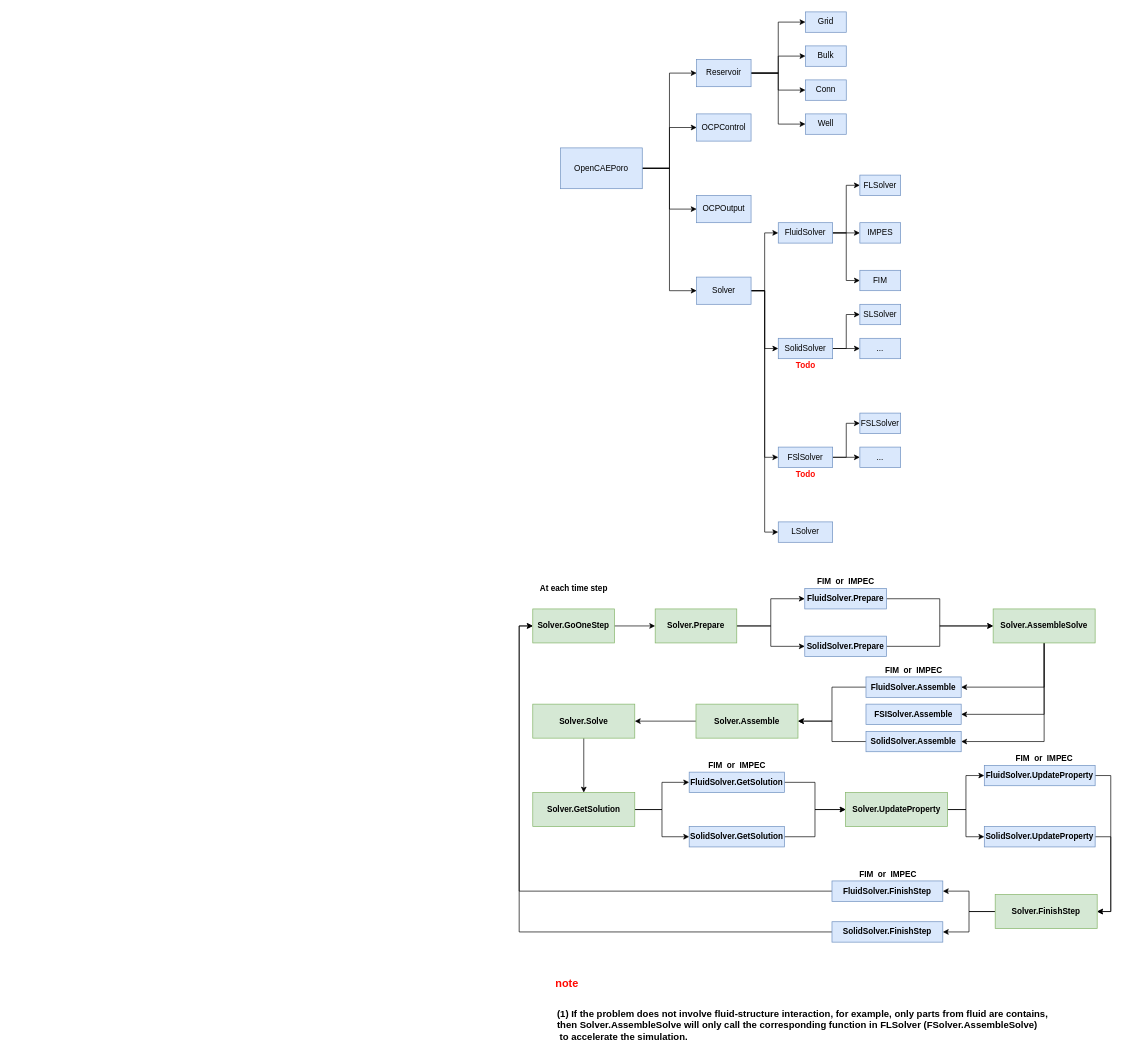
Above: manual/topclass.drawio in OpenCAEPlus/OpenCAEPoro (draw.io), before the change. Source tidied: cells renumbered, new cells numbered last; positions are measured from the earlier drawing's top-left corner, leaving out a move shared by most shapes. Both pictures are drawn from the tidied source at 68%, with x=0, y=0 at pixel (532, 12).
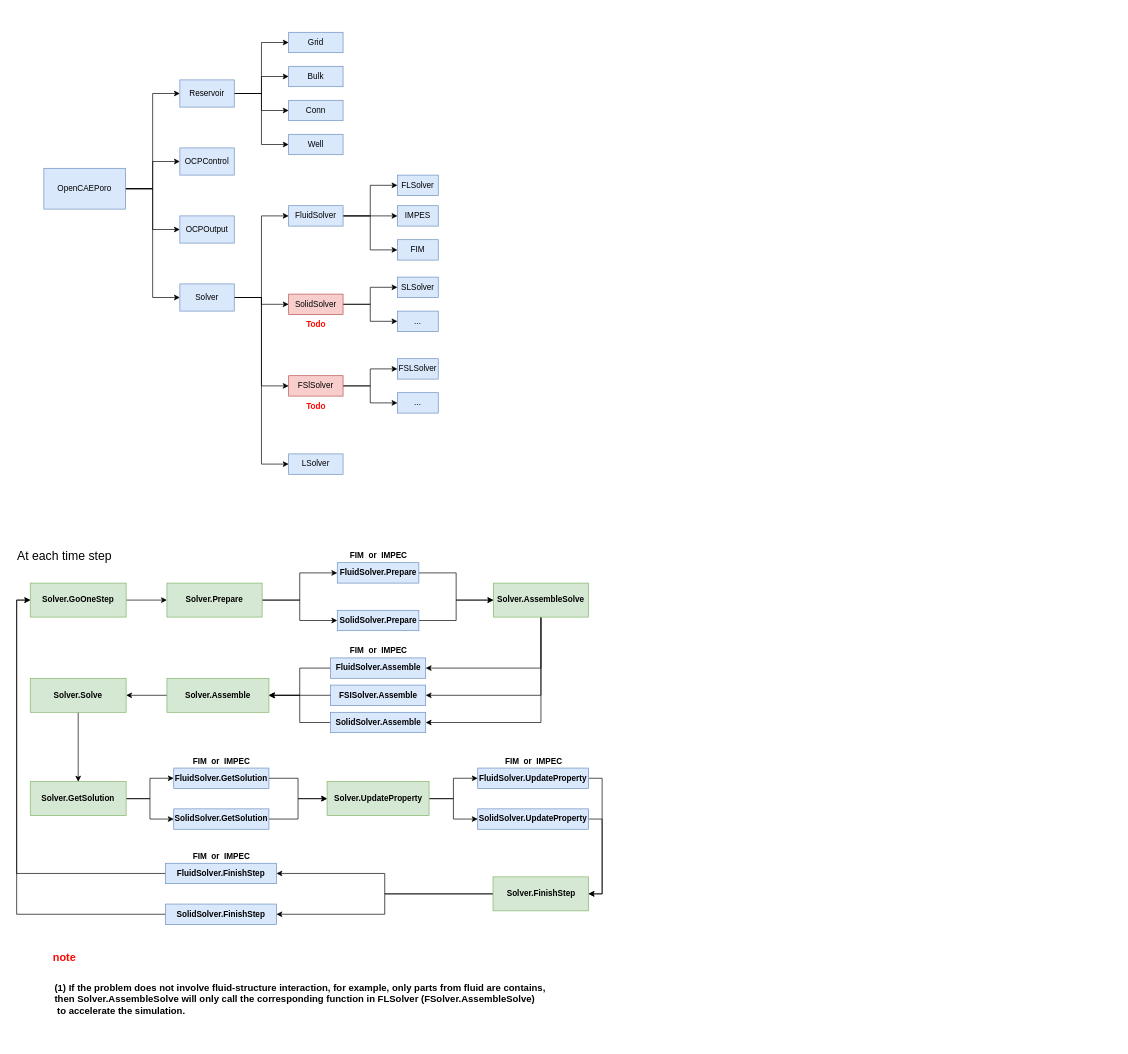
After the change.

Commit message (it also covers changes not shown here):
Revise design drawio

Change to the diagram source:
```diff
@@
     <mxCell id="6" value="OpenCAEPoro" style="rounded=0;whiteSpace=wrap;html=1;fillColor=#dae8fc;strokeColor=#6c8ebf;" parent="1" vertex="1">
-      <mxGeometry x="41" y="200" width="120" height="60" as="geometry" />
+      <mxGeometry x="-719" y="230" width="120" height="60" as="geometry" />
     </mxCell>
@@
     <mxCell id="11" value="Reservoir" style="rounded=0;whiteSpace=wrap;html=1;fillColor=#dae8fc;strokeColor=#6c8ebf;" parent="1" vertex="1">
-      <mxGeometry x="241" y="70" width="80" height="40" as="geometry" />
+      <mxGeometry x="-519" y="100" width="80" height="40" as="geometry" />
     </mxCell>
     <mxCell id="12" value="OCPControl" style="rounded=0;whiteSpace=wrap;html=1;fillColor=#dae8fc;strokeColor=#6c8ebf;" parent="1" vertex="1">
-      <mxGeometry x="241" y="150" width="80" height="40" as="geometry" />
+      <mxGeometry x="-519" y="200" width="80" height="40" as="geometry" />
     </mxCell>
     <mxCell id="13" value="OCPOutput" style="rounded=0;whiteSpace=wrap;html=1;fillColor=#dae8fc;strokeColor=#6c8ebf;" parent="1" vertex="1">
-      <mxGeometry x="241" y="270" width="80" height="40" as="geometry" />
+      <mxGeometry x="-519" y="300" width="80" height="40" as="geometry" />
     </mxCell>
@@
     <mxCell id="18" value="Solver" style="rounded=0;whiteSpace=wrap;html=1;fillColor=#dae8fc;strokeColor=#6c8ebf;" parent="1" vertex="1">
-      <mxGeometry x="241" y="390" width="80" height="40" as="geometry" />
+      <mxGeometry x="-519" y="400" width="80" height="40" as="geometry" />
     </mxCell>
     <mxCell id="19" value="Grid" style="rounded=0;whiteSpace=wrap;html=1;fillColor=#dae8fc;strokeColor=#6c8ebf;" parent="1" vertex="1">
-      <mxGeometry x="401" width="60" height="30" as="geometry" />
+      <mxGeometry x="-359" y="30" width="80" height="30" as="geometry" />
     </mxCell>
     <mxCell id="20" value="Bulk" style="rounded=0;whiteSpace=wrap;html=1;fillColor=#dae8fc;strokeColor=#6c8ebf;" parent="1" vertex="1">
-      <mxGeometry x="401" y="50" width="60" height="30" as="geometry" />
+      <mxGeometry x="-359" y="80" width="80" height="30" as="geometry" />
     </mxCell>
     <mxCell id="21" value="Well" style="rounded=0;whiteSpace=wrap;html=1;fillColor=#dae8fc;strokeColor=#6c8ebf;" parent="1" vertex="1">
-      <mxGeometry x="401" y="150" width="60" height="30" as="geometry" />
+      <mxGeometry x="-359" y="180" width="80" height="30" as="geometry" />
     </mxCell>
     <mxCell id="22" value="Conn" style="rounded=0;whiteSpace=wrap;html=1;fillColor=#dae8fc;strokeColor=#6c8ebf;" parent="1" vertex="1">
-      <mxGeometry x="401" y="100" width="60" height="30" as="geometry" />
+      <mxGeometry x="-359" y="130" width="80" height="30" as="geometry" />
     </mxCell>
@@
     <mxCell id="26" value="FluidSolver" style="rounded=0;whiteSpace=wrap;html=1;fillColor=#dae8fc;strokeColor=#6c8ebf;" parent="1" vertex="1">
-      <mxGeometry x="361" y="310" width="80" height="30" as="geometry" />
+      <mxGeometry x="-359" y="285" width="80" height="30" as="geometry" />
     </mxCell>
@@
-    <mxCell id="29" value="SolidSolver" style="rounded=0;whiteSpace=wrap;html=1;fillColor=#dae8fc;strokeColor=#6c8ebf;" parent="1" vertex="1">
-      <mxGeometry x="361" y="480" width="80" height="30" as="geometry" />
+    <mxCell id="29" value="SolidSolver" style="rounded=0;whiteSpace=wrap;html=1;fillColor=#f8cecc;strokeColor=#b85450;" parent="1" vertex="1">
+      <mxGeometry x="-359" y="415" width="80" height="30" as="geometry" />
     </mxCell>
     <mxCell id="30" value="FLSolver" style="rounded=0;whiteSpace=wrap;html=1;fillColor=#dae8fc;strokeColor=#6c8ebf;" parent="1" vertex="1">
-      <mxGeometry x="481" y="240" width="60" height="30" as="geometry" />
+      <mxGeometry x="-199" y="240" width="60" height="30" as="geometry" />
     </mxCell>
     <mxCell id="31" value="IMPES" style="rounded=0;whiteSpace=wrap;html=1;fillColor=#dae8fc;strokeColor=#6c8ebf;" parent="1" vertex="1">
-      <mxGeometry x="481" y="310" width="60" height="30" as="geometry" />
+      <mxGeometry x="-199" y="285" width="60" height="30" as="geometry" />
     </mxCell>
     <mxCell id="32" value="FIM" style="rounded=0;whiteSpace=wrap;html=1;fillColor=#dae8fc;strokeColor=#6c8ebf;" parent="1" vertex="1">
-      <mxGeometry x="481" y="380" width="60" height="30" as="geometry" />
+      <mxGeometry x="-199" y="335" width="60" height="30" as="geometry" />
     </mxCell>
     <mxCell id="33" value="SLSolver" style="rounded=0;whiteSpace=wrap;html=1;fillColor=#dae8fc;strokeColor=#6c8ebf;" parent="1" vertex="1">
-      <mxGeometry x="481" y="430" width="60" height="30" as="geometry" />
+      <mxGeometry x="-199" y="390" width="60" height="30" as="geometry" />
     </mxCell>
     <mxCell id="34" value="..." style="rounded=0;whiteSpace=wrap;html=1;fillColor=#dae8fc;strokeColor=#6c8ebf;" parent="1" vertex="1">
-      <mxGeometry x="481" y="480" width="60" height="30" as="geometry" />
+      <mxGeometry x="-199" y="440" width="60" height="30" as="geometry" />
     </mxCell>
@@
-    <mxCell id="37" value="FSlSolver" style="rounded=0;whiteSpace=wrap;html=1;fillColor=#dae8fc;strokeColor=#6c8ebf;" parent="1" vertex="1">
-      <mxGeometry x="361" y="640" width="80" height="30" as="geometry" />
+    <mxCell id="37" value="FSlSolver" style="rounded=0;whiteSpace=wrap;html=1;fillColor=#f8cecc;strokeColor=#b85450;" parent="1" vertex="1">
+      <mxGeometry x="-359" y="535" width="80" height="30" as="geometry" />
     </mxCell>
     <mxCell id="38" value="FSLSolver" style="rounded=0;whiteSpace=wrap;html=1;fillColor=#dae8fc;strokeColor=#6c8ebf;" parent="1" vertex="1">
-      <mxGeometry x="481" y="590" width="60" height="30" as="geometry" />
+      <mxGeometry x="-199" y="510" width="60" height="30" as="geometry" />
     </mxCell>
     <mxCell id="39" value="..." style="rounded=0;whiteSpace=wrap;html=1;fillColor=#dae8fc;strokeColor=#6c8ebf;" parent="1" vertex="1">
-      <mxGeometry x="481" y="640" width="60" height="30" as="geometry" />
+      <mxGeometry x="-199" y="560" width="60" height="30" as="geometry" />
     </mxCell>
     <mxCell id="40" value="LSolver" style="rounded=0;whiteSpace=wrap;html=1;fillColor=#dae8fc;strokeColor=#6c8ebf;" parent="1" vertex="1">
-      <mxGeometry x="361" y="750" width="80" height="30" as="geometry" />
+      <mxGeometry x="-359" y="650" width="80" height="30" as="geometry" />
     </mxCell>
     <mxCell id="41" value="&lt;b&gt;&lt;font color=&quot;#ff0800&quot;&gt;Todo&lt;/font&gt;&lt;/b&gt;" style="text;html=1;align=center;verticalAlign=middle;strokeColor=none;fillColor=none;" parent="1" vertex="1">
-      <mxGeometry x="381" y="510" width="40" height="20" as="geometry" />
+      <mxGeometry x="-339" y="450" width="40" height="20" as="geometry" />
     </mxCell>
     <mxCell id="42" value="&lt;b&gt;&lt;font color=&quot;#ff0800&quot;&gt;Todo&lt;/font&gt;&lt;/b&gt;" style="text;html=1;align=center;verticalAlign=middle;strokeColor=none;fillColor=none;" parent="1" vertex="1">
-      <mxGeometry x="381" y="670" width="40" height="20" as="geometry" />
+      <mxGeometry x="-339" y="570" width="40" height="20" as="geometry" />
     </mxCell>
-    <mxCell id="43" value="&lt;b&gt;At each time step&lt;/b&gt;" style="text;html=1;align=center;verticalAlign=middle;strokeColor=none;fillColor=none;" parent="1" vertex="1">
-      <mxGeometry x="5" y="838" width="110" height="20" as="geometry" />
+    <mxCell id="43" value="&lt;font style=&quot;font-size: 18px&quot;&gt;At each time step&lt;/font&gt;" style="text;html=1;align=center;verticalAlign=middle;strokeColor=none;fillColor=none;" parent="1" vertex="1">
+      <mxGeometry x="-764" y="790" width="150" height="20" as="geometry" />
     </mxCell>
@@
     <mxCell id="45" value="&lt;b&gt;Solver.GoOneStep&lt;/b&gt;" style="rounded=0;whiteSpace=wrap;html=1;fillColor=#d5e8d4;strokeColor=#82b366;" parent="1" vertex="1">
-      <mxGeometry y="878" width="120" height="50" as="geometry" />
+      <mxGeometry x="-739" y="840" width="141" height="50" as="geometry" />
     </mxCell>
@@
     <mxCell id="48" value="&lt;b&gt;Solver.Prepare&lt;/b&gt;" style="rounded=0;whiteSpace=wrap;html=1;fillColor=#d5e8d4;strokeColor=#82b366;" parent="1" vertex="1">
-      <mxGeometry x="180" y="878" width="120" height="50" as="geometry" />
+      <mxGeometry x="-538" y="840" width="140" height="50" as="geometry" />
     </mxCell>
@@
     <mxCell id="50" value="&lt;b&gt;FluidSolver.Prepare&lt;/b&gt;" style="rounded=0;whiteSpace=wrap;html=1;fillColor=#dae8fc;strokeColor=#6c8ebf;" parent="1" vertex="1">
-      <mxGeometry x="400" y="848" width="120" height="30" as="geometry" />
+      <mxGeometry x="-287.5" y="810" width="120" height="30" as="geometry" />
     </mxCell>
@@
     <mxCell id="52" value="&lt;b&gt;SolidSolver.Prepare&lt;/b&gt;" style="rounded=0;whiteSpace=wrap;html=1;fillColor=#dae8fc;strokeColor=#6c8ebf;" parent="1" vertex="1">
-      <mxGeometry x="400" y="918" width="120" height="30" as="geometry" />
+      <mxGeometry x="-287.5" y="880" width="120" height="30" as="geometry" />
     </mxCell>
@@
     <mxCell id="56" value="&lt;b&gt;Solver.AssembleSolve&lt;/b&gt;" style="rounded=0;whiteSpace=wrap;html=1;fillColor=#d5e8d4;strokeColor=#82b366;" parent="1" vertex="1">
-      <mxGeometry x="677" y="878" width="150" height="50" as="geometry" />
+      <mxGeometry x="-58" y="840" width="140" height="50" as="geometry" />
     </mxCell>
@@
     <mxCell id="58" value="&lt;b&gt;FluidSolver.Assemble&lt;/b&gt;" style="rounded=0;whiteSpace=wrap;html=1;fillColor=#dae8fc;strokeColor=#6c8ebf;" parent="1" vertex="1">
-      <mxGeometry x="490" y="978" width="140" height="30" as="geometry" />
+      <mxGeometry x="-297.5" y="950" width="140" height="30" as="geometry" />
     </mxCell>
@@
     <mxCell id="60" value="&lt;b&gt;SolidSolver.Assemble&lt;/b&gt;" style="rounded=0;whiteSpace=wrap;html=1;fillColor=#dae8fc;strokeColor=#6c8ebf;" parent="1" vertex="1">
-      <mxGeometry x="490" y="1058" width="140" height="30" as="geometry" />
+      <mxGeometry x="-297.5" y="1030" width="140" height="30" as="geometry" />
     </mxCell>
@@
     <mxCell id="62" value="&lt;b&gt;Solver.Assemble&lt;/b&gt;" style="rounded=0;whiteSpace=wrap;html=1;fillColor=#d5e8d4;strokeColor=#82b366;" parent="1" vertex="1">
-      <mxGeometry x="240" y="1018" width="150" height="50" as="geometry" />
+      <mxGeometry x="-538" y="980" width="150" height="50" as="geometry" />
     </mxCell>
@@
     <mxCell id="64" value="&lt;b&gt;Solver.Solve&lt;/b&gt;" style="rounded=0;whiteSpace=wrap;html=1;fillColor=#d5e8d4;strokeColor=#82b366;" parent="1" vertex="1">
-      <mxGeometry y="1018" width="150" height="50" as="geometry" />
+      <mxGeometry x="-739" y="980" width="141" height="50" as="geometry" />
     </mxCell>
@@
     <mxCell id="67" value="&lt;b&gt;Solver.GetSolution&lt;/b&gt;" style="rounded=0;whiteSpace=wrap;html=1;fillColor=#d5e8d4;strokeColor=#82b366;" parent="1" vertex="1">
-      <mxGeometry y="1148" width="150" height="50" as="geometry" />
+      <mxGeometry x="-739" y="1132" width="141" height="50" as="geometry" />
     </mxCell>
     <mxCell id="68" value="&lt;b&gt;FIM&amp;nbsp; or&amp;nbsp; IMPEC&lt;/b&gt;" style="text;html=1;align=center;verticalAlign=middle;strokeColor=none;fillColor=none;" parent="1" vertex="1">
-      <mxGeometry x="410" y="828" width="100" height="20" as="geometry" />
+      <mxGeometry x="-277.5" y="790" width="100" height="20" as="geometry" />
     </mxCell>
     <mxCell id="69" value="&lt;b&gt;FIM&amp;nbsp; or&amp;nbsp; IMPEC&lt;/b&gt;" style="text;html=1;align=center;verticalAlign=middle;strokeColor=none;fillColor=none;" parent="1" vertex="1">
-      <mxGeometry x="510" y="958" width="100" height="20" as="geometry" />
+      <mxGeometry x="-277.5" y="930" width="100" height="20" as="geometry" />
     </mxCell>
@@
     <mxCell id="71" value="&lt;b&gt;FluidSolver.GetSolution&lt;/b&gt;" style="rounded=0;whiteSpace=wrap;html=1;fillColor=#dae8fc;strokeColor=#6c8ebf;" parent="1" vertex="1">
-      <mxGeometry x="230" y="1118" width="140" height="30" as="geometry" />
+      <mxGeometry x="-528" y="1112" width="140" height="30" as="geometry" />
     </mxCell>
@@
     <mxCell id="73" value="&lt;b&gt;SolidSolver.GetSolution&lt;/b&gt;" style="rounded=0;whiteSpace=wrap;html=1;fillColor=#dae8fc;strokeColor=#6c8ebf;" parent="1" vertex="1">
-      <mxGeometry x="230" y="1198" width="140" height="30" as="geometry" />
+      <mxGeometry x="-528" y="1172" width="140" height="30" as="geometry" />
     </mxCell>
     <mxCell id="74" value="&lt;b&gt;FIM&amp;nbsp; or&amp;nbsp; IMPEC&lt;/b&gt;" style="text;html=1;align=center;verticalAlign=middle;strokeColor=none;fillColor=none;" parent="1" vertex="1">
-      <mxGeometry x="250" y="1098" width="100" height="20" as="geometry" />
+      <mxGeometry x="-508" y="1092" width="100" height="20" as="geometry" />
     </mxCell>
@@
     <mxCell id="77" value="&lt;b&gt;Solver.UpdateProperty&lt;/b&gt;" style="rounded=0;whiteSpace=wrap;html=1;fillColor=#d5e8d4;strokeColor=#82b366;" parent="1" vertex="1">
-      <mxGeometry x="460" y="1148" width="150" height="50" as="geometry" />
+      <mxGeometry x="-302.5" y="1132" width="150" height="50" as="geometry" />
     </mxCell>
@@
     <mxCell id="79" value="&lt;b&gt;FluidSolver.UpdateProperty&lt;/b&gt;" style="rounded=0;whiteSpace=wrap;html=1;fillColor=#dae8fc;strokeColor=#6c8ebf;" parent="1" vertex="1">
-      <mxGeometry x="664" y="1108" width="163" height="30" as="geometry" />
+      <mxGeometry x="-81" y="1112" width="163" height="30" as="geometry" />
     </mxCell>
@@
     <mxCell id="81" value="&lt;b&gt;SolidSolver.UpdateProperty&lt;/b&gt;" style="rounded=0;whiteSpace=wrap;html=1;fillColor=#dae8fc;strokeColor=#6c8ebf;" parent="1" vertex="1">
-      <mxGeometry x="664" y="1198" width="163" height="30" as="geometry" />
+      <mxGeometry x="-81" y="1172" width="163" height="30" as="geometry" />
     </mxCell>
     <mxCell id="82" value="&lt;b&gt;FIM&amp;nbsp; or&amp;nbsp; IMPEC&lt;/b&gt;" style="text;html=1;align=center;verticalAlign=middle;strokeColor=none;fillColor=none;" parent="1" vertex="1">
-      <mxGeometry x="702" y="1088" width="100" height="20" as="geometry" />
+      <mxGeometry x="-49.5" y="1092" width="100" height="20" as="geometry" />
     </mxCell>
@@
     <mxCell id="85" value="&lt;b&gt;Solver.FinishStep&lt;/b&gt;" style="rounded=0;whiteSpace=wrap;html=1;fillColor=#d5e8d4;strokeColor=#82b366;" parent="1" vertex="1">
-      <mxGeometry x="680" y="1298" width="150" height="50" as="geometry" />
+      <mxGeometry x="-58.5" y="1272" width="140.5" height="50" as="geometry" />
     </mxCell>
@@
     <mxCell id="87" value="&lt;b&gt;FluidSolver.FinishStep&lt;/b&gt;" style="rounded=0;whiteSpace=wrap;html=1;fillColor=#dae8fc;strokeColor=#6c8ebf;" parent="1" vertex="1">
-      <mxGeometry x="440" y="1278" width="163" height="30" as="geometry" />
+      <mxGeometry x="-540" y="1252" width="163" height="30" as="geometry" />
     </mxCell>
@@
     <mxCell id="89" value="&lt;b&gt;SolidSolver.FinishStep&lt;/b&gt;" style="rounded=0;whiteSpace=wrap;html=1;fillColor=#dae8fc;strokeColor=#6c8ebf;" parent="1" vertex="1">
-      <mxGeometry x="440" y="1338" width="163" height="30" as="geometry" />
+      <mxGeometry x="-540" y="1312" width="163" height="30" as="geometry" />
     </mxCell>
     <mxCell id="90" value="&lt;b&gt;FIM&amp;nbsp; or&amp;nbsp; IMPEC&lt;/b&gt;" style="text;html=1;align=center;verticalAlign=middle;strokeColor=none;fillColor=none;" parent="1" vertex="1">
-      <mxGeometry x="471.5" y="1258" width="100" height="20" as="geometry" />
+      <mxGeometry x="-508.5" y="1232" width="100" height="20" as="geometry" />
     </mxCell>
     <mxCell id="91" value="&lt;b&gt;&lt;font color=&quot;#ff0800&quot; style=&quot;font-size: 16px&quot;&gt;note&lt;/font&gt;&lt;/b&gt;" style="text;html=1;align=center;verticalAlign=middle;strokeColor=none;fillColor=none;" parent="1" vertex="1">
-      <mxGeometry x="25" y="1418" width="50" height="20" as="geometry" />
+      <mxGeometry x="-714" y="1380" width="50" height="20" as="geometry" />
     </mxCell>
     <mxCell id="92" value="&lt;b&gt;&lt;font style=&quot;font-size: 14px&quot;&gt;(1) If the problem does not involve fluid-structure interaction, for example, only parts from fluid are contains, then Solver.AssembleSolve will only call the corresponding function in FLSolver&amp;nbsp;&lt;/font&gt;&lt;/b&gt;&lt;b&gt;&lt;font style=&quot;font-size: 14px&quot;&gt;(FSolver.AssembleSolve)&amp;nbsp;&lt;/font&gt;&lt;/b&gt;&lt;b&gt;&lt;font style=&quot;font-size: 14px&quot;&gt;&lt;br&gt;&amp;nbsp;to&amp;nbsp;&lt;/font&gt;&lt;/b&gt;&lt;span style=&quot;font-size: 14px&quot;&gt;&lt;b&gt;accelerate the simulation.&lt;/b&gt;&lt;/span&gt;" style="text;whiteSpace=wrap;html=1;" parent="1" vertex="1">
-      <mxGeometry x="34" y="1458" width="736" height="30" as="geometry" />
+      <mxGeometry x="-705" y="1420" width="736" height="30" as="geometry" />
     </mxCell>
     <mxCell id="93" value="&lt;b&gt;FSISolver.Assemble&lt;/b&gt;" style="rounded=0;whiteSpace=wrap;html=1;fillColor=#dae8fc;strokeColor=#6c8ebf;" parent="1" vertex="1">
-      <mxGeometry x="490" y="1018" width="140" height="30" as="geometry" />
+      <mxGeometry x="-297.5" y="990" width="140" height="30" as="geometry" />
     </mxCell>
+    <mxCell id="94" style="edgeStyle=orthogonalEdgeStyle;rounded=0;jettySize=auto;html=1;exitX=0;exitY=0.5;exitDx=0;exitDy=0;" parent="1" edge="1" source="93">
+      <mxGeometry relative="1" as="geometry">
+        <mxPoint x="-388" y="1005" as="targetPoint" />
+      </mxGeometry>
+    </mxCell>
```
